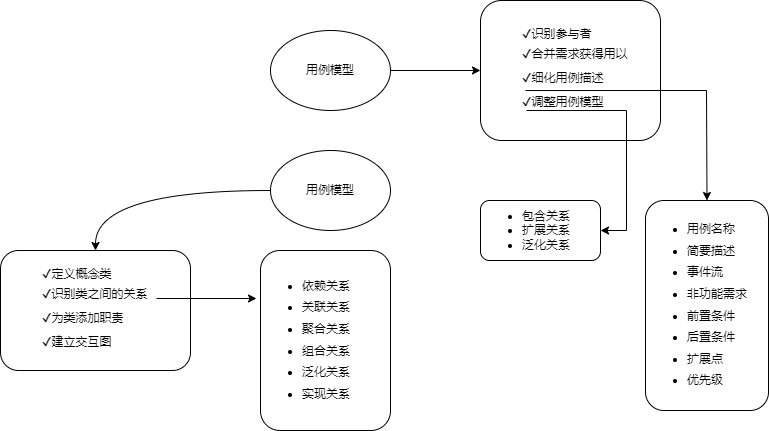
Before: books/ruankao/案例分析/images/case_model.png, a diagram exported from draw.io (lcp0578/book-note). Source tidied: cells renumbered, new cells last; positions are measured from the earlier drawing's top-left corner, leaving out a move shared by most shapes.
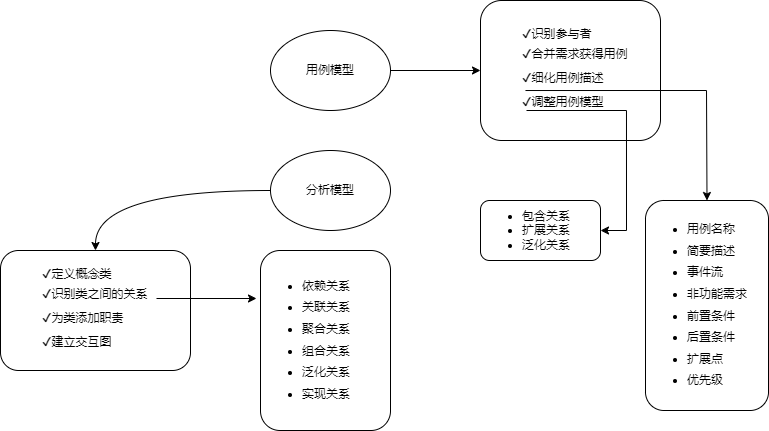
Later version of the same file.

Commit message:
update ruankao case typo & format

The edit, as a diff of the source:
```diff
@@ -11,10 +11,10 @@
     <mxCell id="4" value="用例模型" style="ellipse;whiteSpace=wrap;html=1;" parent="1" vertex="1">
       <mxGeometry x="270" y="30" width="120" height="80" as="geometry" />
     </mxCell>
-    <mxCell id="5" value="&lt;blockquote style=&quot;margin: 0 0 0 40px; border: none; padding: 0px;&quot;&gt;✔识别参与者&lt;div style=&quot;line-height: 200%;&quot;&gt;✔合并需求获得用以&lt;/div&gt;&lt;div style=&quot;line-height: 200%;&quot;&gt;✔细化用例描述&lt;/div&gt;&lt;div style=&quot;line-height: 200%;&quot;&gt;✔调整用例模型&lt;/div&gt;&lt;/blockquote&gt;" style="rounded=1;whiteSpace=wrap;html=1;align=left;" parent="1" vertex="1">
+    <mxCell id="5" value="&lt;blockquote style=&quot;margin: 0 0 0 40px; border: none; padding: 0px;&quot;&gt;✔识别参与者&lt;div style=&quot;line-height: 200%;&quot;&gt;✔合并需求获得用例&lt;/div&gt;&lt;div style=&quot;line-height: 200%;&quot;&gt;✔细化用例描述&lt;/div&gt;&lt;div style=&quot;line-height: 200%;&quot;&gt;✔调整用例模型&lt;/div&gt;&lt;/blockquote&gt;" style="rounded=1;whiteSpace=wrap;html=1;align=left;" parent="1" vertex="1">
       <mxGeometry x="480" width="180" height="140" as="geometry" />
     </mxCell>
-    <mxCell id="6" value="用例模型" style="ellipse;whiteSpace=wrap;html=1;" parent="1" vertex="1">
+    <mxCell id="6" value="分析模型" style="ellipse;whiteSpace=wrap;html=1;" parent="1" vertex="1">
       <mxGeometry x="270" y="150" width="120" height="80" as="geometry" />
     </mxCell>
     <mxCell id="7" value="&lt;blockquote style=&quot;margin: 0 0 0 40px; border: none; padding: 0px;&quot;&gt;✔定义概念类&lt;div style=&quot;line-height: 200%;&quot;&gt;✔识别类之间的关系&lt;/div&gt;&lt;div style=&quot;line-height: 200%;&quot;&gt;✔为类添加职责&lt;/div&gt;&lt;div style=&quot;line-height: 200%;&quot;&gt;✔建立交互图&lt;/div&gt;&lt;/blockquote&gt;" style="rounded=1;whiteSpace=wrap;html=1;align=left;" parent="1" vertex="1">
```
